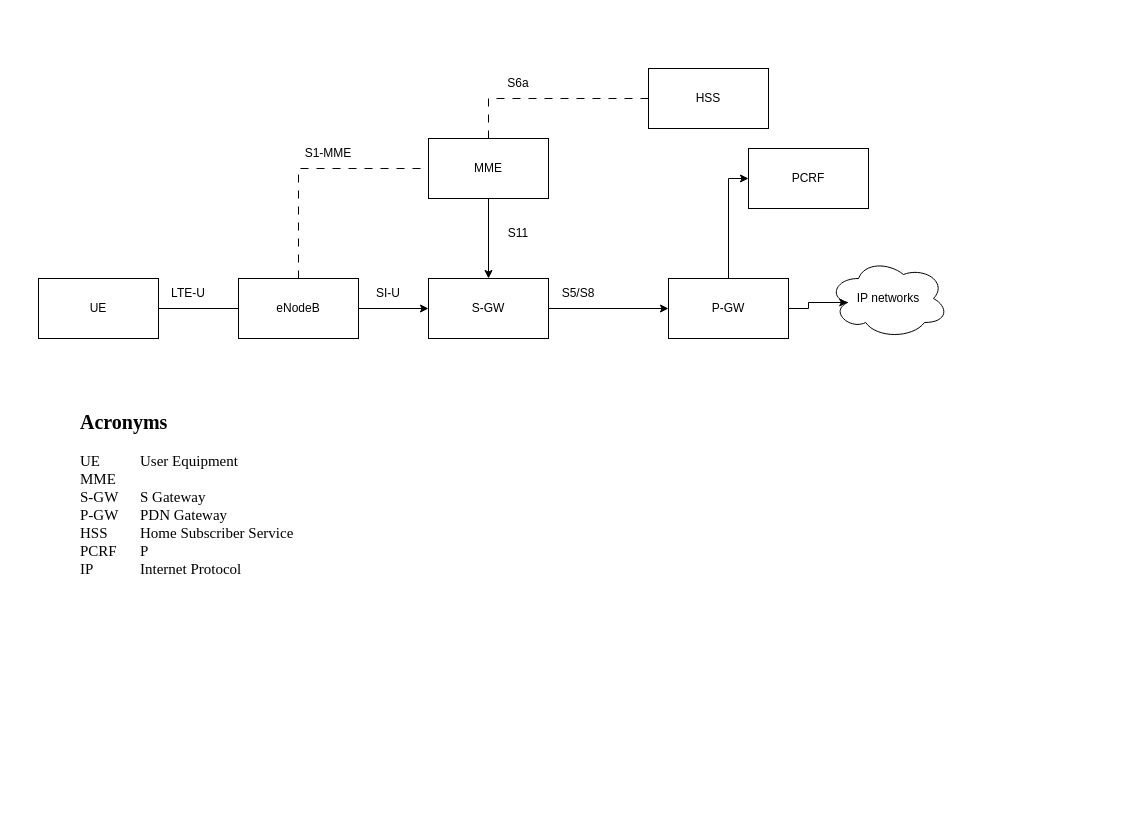
This is OFDM.drawio from troders34/research, a draw.io file, before an edit. Source tidied: cells renumbered, new cells numbered last; positions are measured from the earlier drawing's top-left corner, leaving out a move shared by most shapes. Both pictures are drawn from the tidied source at 100%, with x=0, y=0 at pixel (38, 68).
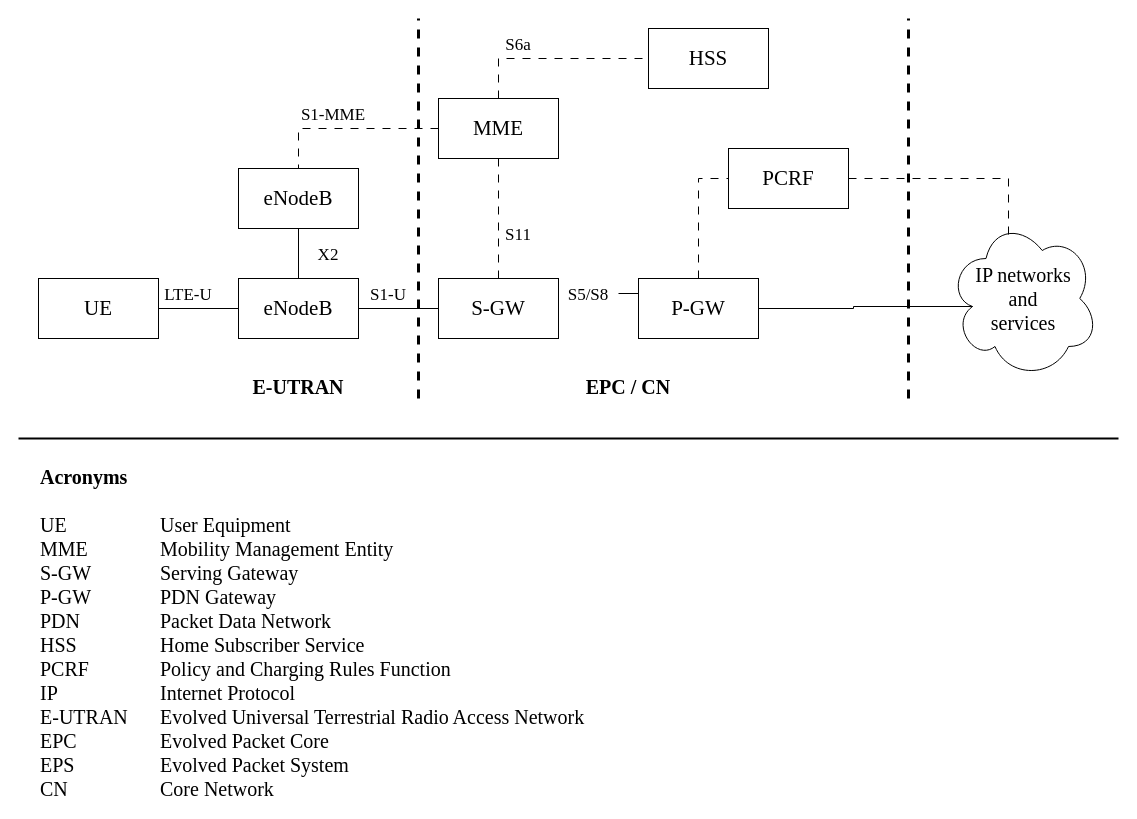
The same page after the edit.

What changed in the source:
```diff
@@
-    <mxCell id="2" value="S1-MME" style="text;html=1;align=center;verticalAlign=middle;whiteSpace=wrap;rounded=0;" parent="1" vertex="1">
-      <mxGeometry x="260" y="70" width="60" height="30" as="geometry" />
+    <mxCell id="2" value="S1-MME" style="text;html=1;align=center;verticalAlign=top;whiteSpace=wrap;rounded=0;fontFamily=Times New Roman;fontSize=17;" parent="1" vertex="1">
+      <mxGeometry x="260" y="30" width="70" height="30" as="geometry" />
     </mxCell>
-    <mxCell id="3" style="edgeStyle=orthogonalEdgeStyle;rounded=0;jettySize=auto;html=1;exitX=1;exitY=0.5;exitDx=0;exitDy=0;entryX=0;entryY=0.5;entryDx=0;entryDy=0;endArrow=none;startFill=0;" parent="1" edge="1" source="4" target="7">
+    <mxCell id="3" style="edgeStyle=orthogonalEdgeStyle;rounded=0;jettySize=auto;html=1;exitX=1;exitY=0.5;exitDx=0;exitDy=0;entryX=0;entryY=0.5;entryDx=0;entryDy=0;endArrow=none;startFill=0;fontFamily=Times New Roman;verticalAlign=top;" parent="1" edge="1" source="4" target="7">
       <mxGeometry relative="1" as="geometry" />
     </mxCell>
-    <mxCell id="4" value="UE" style="rounded=0;whiteSpace=wrap;html=1;" parent="1" vertex="1">
+    <mxCell id="4" value="UE" style="rounded=0;whiteSpace=wrap;html=1;fontFamily=Times New Roman;verticalAlign=middle;fontSize=21;" parent="1" vertex="1">
       <mxGeometry y="210" width="120" height="60" as="geometry" />
     </mxCell>
-    <mxCell id="5" style="edgeStyle=orthogonalEdgeStyle;rounded=0;jettySize=auto;html=1;exitX=1;exitY=0.5;exitDx=0;exitDy=0;entryX=0;entryY=0.5;entryDx=0;entryDy=0;" parent="1" edge="1" source="7" target="12">
+    <mxCell id="5" style="edgeStyle=orthogonalEdgeStyle;rounded=0;jettySize=auto;html=1;exitX=1;exitY=0.5;exitDx=0;exitDy=0;entryX=0;entryY=0.5;entryDx=0;entryDy=0;endArrow=none;startFill=0;fontFamily=Times New Roman;verticalAlign=top;" parent="1" edge="1" source="7" target="12">
       <mxGeometry relative="1" as="geometry" />
     </mxCell>
-    <mxCell id="6" style="edgeStyle=orthogonalEdgeStyle;rounded=0;jettySize=auto;html=1;exitX=0.5;exitY=0;exitDx=0;exitDy=0;entryX=0;entryY=0.5;entryDx=0;entryDy=0;endArrow=none;startFill=0;dashed=1;dashPattern=8 8;" parent="1" edge="1" source="7" target="10">
-      <mxGeometry relative="1" as="geometry" />
-    </mxCell>
-    <mxCell id="7" value="eNodeB" style="rounded=0;whiteSpace=wrap;html=1;" parent="1" vertex="1">
+    <mxCell id="7" value="eNodeB" style="rounded=0;whiteSpace=wrap;html=1;fontFamily=Times New Roman;verticalAlign=middle;fontSize=21;" parent="1" vertex="1">
       <mxGeometry x="200" y="210" width="120" height="60" as="geometry" />
     </mxCell>
-    <mxCell id="8" style="edgeStyle=orthogonalEdgeStyle;rounded=0;jettySize=auto;html=1;entryX=0.5;entryY=0;entryDx=0;entryDy=0;exitX=0.5;exitY=1;exitDx=0;exitDy=0;" parent="1" edge="1" source="10" target="12">
+    <mxCell id="8" style="edgeStyle=orthogonalEdgeStyle;rounded=0;jettySize=auto;html=1;entryX=0.5;entryY=0;entryDx=0;entryDy=0;exitX=0.5;exitY=1;exitDx=0;exitDy=0;dashed=1;dashPattern=8 8;endArrow=none;startFill=0;fontFamily=Times New Roman;verticalAlign=top;" parent="1" edge="1" source="10" target="12">
       <mxGeometry relative="1" as="geometry" />
     </mxCell>
-    <mxCell id="9" style="edgeStyle=orthogonalEdgeStyle;rounded=0;jettySize=auto;html=1;exitX=0.5;exitY=0;exitDx=0;exitDy=0;entryX=0;entryY=0.5;entryDx=0;entryDy=0;dashed=1;dashPattern=8 8;endArrow=none;startFill=0;" parent="1" edge="1" source="10" target="15">
+    <mxCell id="9" style="edgeStyle=orthogonalEdgeStyle;rounded=0;jettySize=auto;html=1;exitX=0.5;exitY=0;exitDx=0;exitDy=0;entryX=0;entryY=0.5;entryDx=0;entryDy=0;dashed=1;dashPattern=8 8;endArrow=none;startFill=0;fontFamily=Times New Roman;verticalAlign=top;" parent="1" edge="1" source="10" target="15">
       <mxGeometry relative="1" as="geometry" />
     </mxCell>
+    <mxCell id="25" style="edgeStyle=orthogonalEdgeStyle;rounded=0;jettySize=auto;html=1;exitX=0;exitY=0.5;exitDx=0;exitDy=0;entryX=0.5;entryY=0;entryDx=0;entryDy=0;dashed=1;dashPattern=8 8;endArrow=none;startFill=0;" parent="1" edge="1" source="10" target="33">
+      <mxGeometry relative="1" as="geometry" />
+    </mxCell>
-    <mxCell id="10" value="MME" style="rounded=0;whiteSpace=wrap;html=1;" parent="1" vertex="1">
-      <mxGeometry x="390" y="70" width="120" height="60" as="geometry" />
+    <mxCell id="10" value="MME" style="rounded=0;whiteSpace=wrap;html=1;fontFamily=Times New Roman;verticalAlign=middle;fontSize=21;" parent="1" vertex="1">
+      <mxGeometry x="400" y="30" width="120" height="60" as="geometry" />
     </mxCell>
-    <mxCell id="11" style="edgeStyle=orthogonalEdgeStyle;rounded=0;jettySize=auto;html=1;exitX=1;exitY=0.5;exitDx=0;exitDy=0;entryX=0;entryY=0.5;entryDx=0;entryDy=0;" parent="1" edge="1" source="12" target="14">
+    <mxCell id="11" style="edgeStyle=orthogonalEdgeStyle;rounded=0;jettySize=auto;html=1;exitX=1;exitY=0.5;exitDx=0;exitDy=0;entryX=0;entryY=0.5;entryDx=0;entryDy=0;endArrow=none;startFill=0;fontFamily=Times New Roman;verticalAlign=top;" parent="1" edge="1" source="23" target="14">
       <mxGeometry relative="1" as="geometry" />
     </mxCell>
-    <mxCell id="12" value="S-GW" style="rounded=0;whiteSpace=wrap;html=1;" parent="1" vertex="1">
-      <mxGeometry x="390" y="210" width="120" height="60" as="geometry" />
+    <mxCell id="12" value="S-GW" style="rounded=0;whiteSpace=wrap;html=1;fontFamily=Times New Roman;verticalAlign=middle;fontSize=21;" parent="1" vertex="1">
+      <mxGeometry x="400" y="210" width="120" height="60" as="geometry" />
     </mxCell>
-    <mxCell id="13" style="edgeStyle=orthogonalEdgeStyle;rounded=0;jettySize=auto;html=1;exitX=0.5;exitY=0;exitDx=0;exitDy=0;entryX=0;entryY=0.5;entryDx=0;entryDy=0;" parent="1" edge="1" source="14" target="16">
+    <mxCell id="13" style="edgeStyle=orthogonalEdgeStyle;rounded=0;jettySize=auto;html=1;exitX=0.5;exitY=0;exitDx=0;exitDy=0;entryX=0;entryY=0.5;entryDx=0;entryDy=0;dashed=1;dashPattern=8 8;endArrow=none;startFill=0;fontFamily=Times New Roman;verticalAlign=top;" parent="1" edge="1" source="14" target="16">
       <mxGeometry relative="1" as="geometry" />
     </mxCell>
-    <mxCell id="14" value="P-GW" style="rounded=0;whiteSpace=wrap;html=1;" parent="1" vertex="1">
-      <mxGeometry x="630" y="210" width="120" height="60" as="geometry" />
+    <mxCell id="14" value="P-GW" style="rounded=0;whiteSpace=wrap;html=1;fontFamily=Times New Roman;verticalAlign=middle;fontSize=21;" parent="1" vertex="1">
+      <mxGeometry x="600" y="210" width="120" height="60" as="geometry" />
     </mxCell>
-    <mxCell id="15" value="HSS" style="rounded=0;whiteSpace=wrap;html=1;" parent="1" vertex="1">
-      <mxGeometry x="610" width="120" height="60" as="geometry" />
+    <mxCell id="15" value="HSS" style="rounded=0;whiteSpace=wrap;html=1;fontFamily=Times New Roman;verticalAlign=middle;fontSize=21;" parent="1" vertex="1">
+      <mxGeometry x="610" y="-40" width="120" height="60" as="geometry" />
     </mxCell>
-    <mxCell id="16" value="PCRF" style="rounded=0;whiteSpace=wrap;html=1;" parent="1" vertex="1">
-      <mxGeometry x="710" y="80" width="120" height="60" as="geometry" />
+    <mxCell id="16" value="PCRF" style="rounded=0;whiteSpace=wrap;html=1;fontFamily=Times New Roman;verticalAlign=middle;fontSize=21;" parent="1" vertex="1">
+      <mxGeometry x="690" y="80" width="120" height="60" as="geometry" />
     </mxCell>
-    <mxCell id="17" value="IP networks" style="ellipse;shape=cloud;whiteSpace=wrap;html=1;" parent="1" vertex="1">
-      <mxGeometry x="790" y="190" width="120" height="80" as="geometry" />
+    <mxCell id="17" value="IP networks&lt;div&gt;and&lt;/div&gt;&lt;div&gt;services&lt;/div&gt;" style="ellipse;shape=cloud;whiteSpace=wrap;html=1;fontFamily=Times New Roman;verticalAlign=middle;fontSize=20;" parent="1" vertex="1">
+      <mxGeometry x="910" y="150" width="150" height="160" as="geometry" />
     </mxCell>
-    <mxCell id="18" style="edgeStyle=orthogonalEdgeStyle;rounded=0;jettySize=auto;html=1;exitX=1;exitY=0.5;exitDx=0;exitDy=0;entryX=0.16;entryY=0.55;entryDx=0;entryDy=0;entryPerimeter=0;" parent="1" edge="1" source="14" target="17">
+    <mxCell id="18" style="edgeStyle=orthogonalEdgeStyle;rounded=0;jettySize=auto;html=1;exitX=1;exitY=0.5;exitDx=0;exitDy=0;entryX=0.16;entryY=0.55;entryDx=0;entryDy=0;entryPerimeter=0;endArrow=none;startFill=0;fontFamily=Times New Roman;verticalAlign=top;" parent="1" edge="1" source="14" target="17">
       <mxGeometry relative="1" as="geometry" />
     </mxCell>
-    <mxCell id="19" value="LTE-U" style="text;html=1;align=center;verticalAlign=middle;whiteSpace=wrap;rounded=0;" parent="1" vertex="1">
+    <mxCell id="19" value="LTE-U" style="text;html=1;align=center;verticalAlign=top;whiteSpace=wrap;rounded=0;fontFamily=Times New Roman;fontSize=17;" parent="1" vertex="1">
       <mxGeometry x="120" y="210" width="60" height="30" as="geometry" />
     </mxCell>
-    <mxCell id="20" value="SI-U" style="text;html=1;align=center;verticalAlign=middle;whiteSpace=wrap;rounded=0;" parent="1" vertex="1">
+    <mxCell id="20" value="S1-U" style="text;html=1;align=center;verticalAlign=top;whiteSpace=wrap;rounded=0;fontFamily=Times New Roman;fontSize=17;" parent="1" vertex="1">
       <mxGeometry x="320" y="210" width="60" height="30" as="geometry" />
     </mxCell>
-    <mxCell id="21" value="S6a" style="text;html=1;align=center;verticalAlign=middle;whiteSpace=wrap;rounded=0;" parent="1" vertex="1">
-      <mxGeometry x="450" width="60" height="30" as="geometry" />
+    <mxCell id="21" value="S6a" style="text;html=1;align=center;verticalAlign=top;whiteSpace=wrap;rounded=0;fontFamily=Times New Roman;fontSize=17;" parent="1" vertex="1">
+      <mxGeometry x="450" y="-40" width="60" height="30" as="geometry" />
     </mxCell>
-    <mxCell id="22" value="S11" style="text;html=1;align=center;verticalAlign=middle;whiteSpace=wrap;rounded=0;" parent="1" vertex="1">
+    <mxCell id="22" value="S11" style="text;html=1;align=center;verticalAlign=top;whiteSpace=wrap;rounded=0;fontFamily=Times New Roman;fontSize=17;" parent="1" vertex="1">
       <mxGeometry x="450" y="150" width="60" height="30" as="geometry" />
     </mxCell>
+    <mxCell id="24" value="&lt;div&gt;&lt;font&gt;&lt;b&gt;Acronyms&lt;/b&gt;&lt;/font&gt;&lt;/div&gt;&lt;div&gt;&lt;font&gt;&lt;br&gt;&lt;/font&gt;&lt;/div&gt;&lt;font&gt;UE&lt;span style=&quot;white-space: pre;&quot;&gt;&#9;&lt;/span&gt;&lt;span style=&quot;white-space: pre;&quot;&gt;&#9;&lt;span style=&quot;white-space: pre;&quot;&gt;&#9;&lt;/span&gt;&lt;/span&gt;User Equipment&lt;/font&gt;&lt;div&gt;&lt;font&gt;MME&lt;span style=&quot;white-space: pre;&quot;&gt;&#9;&lt;span style=&quot;white-space: pre;&quot;&gt;&#9;&lt;/span&gt;&lt;/span&gt;Mobility Management Entity&lt;/font&gt;&lt;/div&gt;&lt;div&gt;&lt;font&gt;S-GW&lt;span style=&quot;white-space: pre;&quot;&gt;&#9;&lt;span style=&quot;white-space: pre;&quot;&gt;&#9;&lt;/span&gt;&lt;/span&gt;Serving Gateway&lt;/font&gt;&lt;/div&gt;&lt;div&gt;&lt;font&gt;P-GW&lt;span style=&quot;white-space: pre;&quot;&gt;&#9;&lt;span style=&quot;white-space: pre;&quot;&gt;&#9;&lt;/span&gt;&lt;/span&gt;PDN Gateway&lt;/font&gt;&lt;/div&gt;&lt;div&gt;&lt;font&gt;PDN&lt;span style=&quot;white-space: pre;&quot;&gt;&#9;&lt;/span&gt;&lt;span style=&quot;white-space: pre;&quot;&gt;&#9;&lt;/span&gt;Packet Data Network&lt;/font&gt;&lt;/div&gt;&lt;div&gt;&lt;font&gt;HSS&lt;span style=&quot;white-space: pre;&quot;&gt;&#9;&lt;/span&gt;&lt;span style=&quot;white-space: pre;&quot;&gt;&#9;&lt;span style=&quot;white-space: pre;&quot;&gt;&#9;&lt;/span&gt;&lt;/span&gt;Home Subscriber Service&lt;/font&gt;&lt;/div&gt;&lt;div&gt;&lt;font&gt;PCRF&lt;span style=&quot;white-space: pre;&quot;&gt;&#9;&lt;span style=&quot;white-space: pre;&quot;&gt;&#9;&lt;/span&gt;&lt;/span&gt;Policy and Charging Rules Function&lt;/font&gt;&lt;/div&gt;&lt;div&gt;&lt;font&gt;IP&lt;span style=&quot;white-space: pre;&quot;&gt;&#9;&lt;/span&gt;&lt;span style=&quot;white-space: pre;&quot;&gt;&#9;&lt;span style=&quot;white-space: pre;&quot;&gt;&#9;&lt;/span&gt;&lt;/span&gt;Internet Protocol&lt;/font&gt;&lt;/div&gt;&lt;div&gt;&lt;font&gt;E-UTRAN&lt;span style=&quot;white-space: pre;&quot;&gt;&#9;&lt;/span&gt;Evolved Universal Terrestrial Radio Access Network&lt;/font&gt;&lt;/div&gt;&lt;div&gt;&lt;font&gt;EPC&lt;span style=&quot;white-space: pre;&quot;&gt;&#9;&lt;/span&gt;&lt;span style=&quot;white-space: pre;&quot;&gt;&#9;&lt;/span&gt;&lt;span style=&quot;white-space: pre;&quot;&gt;&#9;&lt;/span&gt;Evolved Packet Core&lt;/font&gt;&lt;/div&gt;&lt;div&gt;&lt;font&gt;EPS&lt;span style=&quot;white-space: pre;&quot;&gt;&#9;&lt;/span&gt;&lt;span style=&quot;white-space: pre;&quot;&gt;&#9;&lt;/span&gt;&lt;span style=&quot;white-space: pre;&quot;&gt;&#9;&lt;/span&gt;Evolved Packet System&lt;/font&gt;&lt;/div&gt;&lt;div&gt;&lt;font&gt;CN&lt;span style=&quot;white-space: pre;&quot;&gt;&#9;&lt;/span&gt;&lt;span style=&quot;white-space: pre;&quot;&gt;&#9;&lt;/span&gt;&lt;span style=&quot;white-space: pre;&quot;&gt;&#9;&lt;/span&gt;Core Network&lt;/font&gt;&lt;/div&gt;" style="text;html=1;align=left;verticalAlign=top;whiteSpace=wrap;rounded=0;fontSize=20;fontFamily=Times New Roman;" parent="1" vertex="1">
+      <mxGeometry y="390" width="600" height="340" as="geometry" />
+    </mxCell>
+    <mxCell id="26" style="edgeStyle=orthogonalEdgeStyle;rounded=0;jettySize=auto;html=1;exitX=1;exitY=0.5;exitDx=0;exitDy=0;entryX=0.4;entryY=0.1;entryDx=0;entryDy=0;entryPerimeter=0;dashed=1;dashPattern=8 8;endArrow=none;startFill=0;fontFamily=Times New Roman;verticalAlign=top;" parent="1" edge="1" source="16" target="17">
+      <mxGeometry relative="1" as="geometry" />
+    </mxCell>
+    <mxCell id="27" style="endArrow=none;dashed=1;html=1;rounded=0;strokeWidth=3;fontFamily=Times New Roman;verticalAlign=top;" parent="1" edge="1">
+      <mxGeometry relative="1" as="geometry">
+        <mxPoint x="380" y="330" as="sourcePoint" />
+        <mxPoint x="380" y="-50" as="targetPoint" />
+      </mxGeometry>
+    </mxCell>
+    <mxCell id="28" value="&lt;font&gt;&lt;b&gt;E-UTRAN&lt;/b&gt;&lt;/font&gt;" style="text;html=1;align=center;verticalAlign=top;whiteSpace=wrap;rounded=0;fontFamily=Times New Roman;fontSize=20;" parent="1" vertex="1">
+      <mxGeometry x="200" y="300" width="120" height="30" as="geometry" />
+    </mxCell>
+    <mxCell id="29" style="endArrow=none;html=1;rounded=0;strokeWidth=2;fontFamily=Times New Roman;verticalAlign=top;" parent="1" edge="1">
+      <mxGeometry relative="1" as="geometry">
+        <mxPoint x="1080" y="370" as="sourcePoint" />
+        <mxPoint x="-20" y="370" as="targetPoint" />
+      </mxGeometry>
+    </mxCell>
+    <mxCell id="30" value="&lt;font&gt;&lt;b&gt;EPC / CN&lt;/b&gt;&lt;/font&gt;" style="text;html=1;align=center;verticalAlign=top;whiteSpace=wrap;rounded=0;fontFamily=Times New Roman;fontSize=20;" parent="1" vertex="1">
+      <mxGeometry x="530" y="300" width="120" height="30" as="geometry" />
+    </mxCell>
+    <mxCell id="31" style="endArrow=none;dashed=1;html=1;rounded=0;strokeWidth=3;fontFamily=Times New Roman;verticalAlign=top;" parent="1" edge="1">
+      <mxGeometry relative="1" as="geometry">
+        <mxPoint x="870" y="330" as="sourcePoint" />
+        <mxPoint x="870" y="-50" as="targetPoint" />
+      </mxGeometry>
+    </mxCell>
+    <mxCell id="32" style="edgeStyle=orthogonalEdgeStyle;rounded=0;jettySize=auto;html=1;exitX=0.5;exitY=1;exitDx=0;exitDy=0;entryX=0.5;entryY=0;entryDx=0;entryDy=0;endArrow=none;startFill=0;" parent="1" edge="1" source="33" target="7">
+      <mxGeometry relative="1" as="geometry" />
+    </mxCell>
+    <mxCell id="33" value="eNodeB" style="rounded=0;whiteSpace=wrap;html=1;fontFamily=Times New Roman;verticalAlign=middle;fontSize=21;" parent="1" vertex="1">
+      <mxGeometry x="200" y="100" width="120" height="60" as="geometry" />
+    </mxCell>
+    <mxCell id="34" value="X2" style="text;html=1;align=center;verticalAlign=top;whiteSpace=wrap;rounded=0;fontFamily=Times New Roman;fontSize=17;" parent="1" vertex="1">
+      <mxGeometry x="260" y="170" width="60" height="30" as="geometry" />
+    </mxCell>
+    <mxCell id="35" style="edgeStyle=orthogonalEdgeStyle;rounded=0;jettySize=auto;html=1;exitX=1;exitY=0.5;exitDx=0;exitDy=0;entryX=0;entryY=0.5;entryDx=0;entryDy=0;endArrow=none;startFill=0;fontFamily=Times New Roman;verticalAlign=top;" parent="1" edge="1" source="12" target="23">
+      <mxGeometry relative="1" as="geometry" />
+    </mxCell>
-    <mxCell id="23" value="S5/S8" style="text;html=1;align=center;verticalAlign=middle;whiteSpace=wrap;rounded=0;" parent="1" vertex="1">
-      <mxGeometry x="510" y="210" width="60" height="30" as="geometry" />
+    <mxCell id="23" value="S5/S8" style="text;html=1;align=center;verticalAlign=top;whiteSpace=wrap;rounded=0;fontFamily=Times New Roman;fontSize=17;" parent="1" vertex="1">
+      <mxGeometry x="520" y="210" width="60" height="30" as="geometry" />
     </mxCell>
-    <mxCell id="24" value="&lt;div&gt;&lt;font style=&quot;font-size: 20px;&quot; face=&quot;Times New Roman&quot;&gt;&lt;b style=&quot;&quot;&gt;Acronyms&lt;/b&gt;&lt;/font&gt;&lt;/div&gt;&lt;div&gt;&lt;font face=&quot;Times New Roman&quot;&gt;&lt;br&gt;&lt;/font&gt;&lt;/div&gt;&lt;font face=&quot;Times New Roman&quot;&gt;UE&lt;span style=&quot;white-space: pre;&quot;&gt;&#9;&lt;/span&gt;&lt;span style=&quot;white-space: pre;&quot;&gt;&#9;&lt;/span&gt;User Equipment&lt;/font&gt;&lt;div&gt;&lt;font face=&quot;Times New Roman&quot;&gt;MME&lt;/font&gt;&lt;/div&gt;&lt;div&gt;&lt;font face=&quot;Times New Roman&quot;&gt;S-GW&lt;span style=&quot;white-space: pre;&quot;&gt;&#9;&lt;/span&gt;S Gateway&lt;/font&gt;&lt;/div&gt;&lt;div&gt;&lt;font face=&quot;Times New Roman&quot;&gt;P-GW&lt;span style=&quot;white-space: pre;&quot;&gt;&#9;&lt;/span&gt;PDN Gateway&lt;/font&gt;&lt;/div&gt;&lt;div&gt;&lt;font face=&quot;Times New Roman&quot;&gt;HSS&lt;span style=&quot;white-space: pre;&quot;&gt;&#9;&lt;/span&gt;&lt;span style=&quot;white-space: pre;&quot;&gt;&#9;&lt;/span&gt;Home Subscriber Service&lt;/font&gt;&lt;/div&gt;&lt;div&gt;&lt;font face=&quot;Times New Roman&quot;&gt;PCRF&lt;span style=&quot;white-space: pre;&quot;&gt;&#9;&lt;/span&gt;P&lt;/font&gt;&lt;/div&gt;&lt;div&gt;&lt;font face=&quot;Times New Roman&quot;&gt;IP&lt;span style=&quot;white-space: pre;&quot;&gt;&#9;&lt;/span&gt;&lt;span style=&quot;white-space: pre;&quot;&gt;&#9;&lt;/span&gt;Internet Protocol&lt;/font&gt;&lt;/div&gt;" style="text;html=1;align=left;verticalAlign=middle;whiteSpace=wrap;rounded=0;fontSize=15;" parent="1" vertex="1">
-      <mxGeometry x="40" y="330" width="300" height="190" as="geometry" />
-    </mxCell>
```
